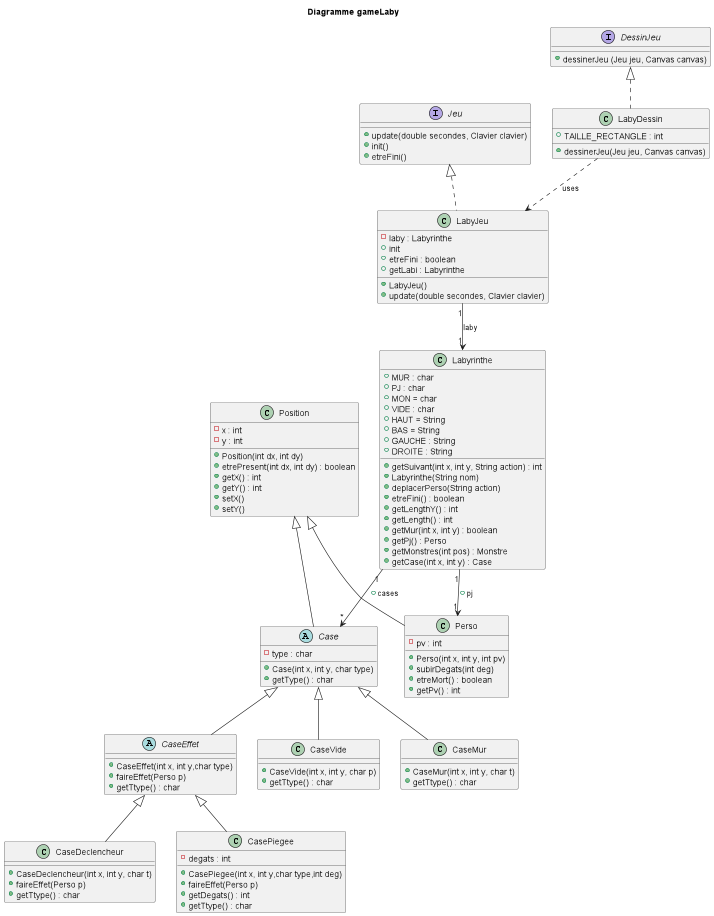
The PlantUML diagram documents/version_4/Apres/diag_classe.png in Cedran-Bastien/2022_Zeldiablo_Retter_Perez_Hergott_Bastien, before a commit. Its diagram source:
```plantuml
@startuml

title Diagramme gameLaby

interface Jeu {
    +update(double secondes, Clavier clavier)
    +init()
    +etreFini()
    }

interface DessinJeu {
    +dessinerJeu (Jeu jeu, Canvas canvas)
    }



class LabyDessin{
    +TAILLE_RECTANGLE : int
    +dessinerJeu(Jeu jeu, Canvas canvas)
}

class LabyJeu{
    -laby : Labyrinthe
    +LabyJeu()
    +update(double secondes, Clavier clavier)
    +init
    +etreFini : boolean
    +getLabi : Labyrinthe
    }

class Position{
    -x : int
    -y : int
    +Position(int dx, int dy)
    +etrePresent(int dx, int dy) : boolean
    +getX() : int
    +getY() : int
    +setX()
    +setY()
    }

abstract Case {
    - type : char
    +Case(int x, int y, char type)
    +getType() : char

    }

abstract CaseEffet {
    +CaseEffet(int x, int y,char type)
    +faireEffet(Perso p)
    +getTtype() : char

}

class Perso {
    -pv : int
    +Perso(int x, int y, int pv)
    +subirDegats(int deg)
    +etreMort() : boolean
    +getPv() : int
}


class Labyrinthe{
    +MUR : char
    +PJ : char
    +MON = char
    +VIDE : char
    +HAUT = String
    +BAS = String
    +GAUCHE : String
    +DROITE : String
    +getSuivant(int x, int y, String action) : int
    +Labyrinthe(String nom)
    +deplacerPerso(String action)
    +etreFini() : boolean
     +getLengthY() : int
     +getLength() : int
     +getMur(int x, int y) : boolean
     +getPj() : Perso
     +getMonstres(int pos) : Monstre
     +getCase(int x, int y) : Case


    }

class CaseVide {
    +CaseVide(int x, int y, char p)
    +getTtype() : char
}

class CaseMur {
    +CaseMur(int x, int y, char t)
    +getTtype() : char
}

class CaseDeclencheur {
    +CaseDeclencheur(int x, int y, char t)
    +faireEffet(Perso p)
    +getTtype() : char

}

class CasePiegee {
    -degats : int
    +CasePiegee(int x, int y,char type,int deg)
    +faireEffet(Perso p)
    +getDegats() : int
    +getTtype() : char

}


DessinJeu <|.. LabyDessin
Jeu <|.. LabyJeu
Position <|-- Perso
Position <|-- Case
Case <|-- CaseEffet
Labyrinthe "1" --> "1" Perso : +pj
Labyrinthe "1" --> "*" Case : +cases
LabyDessin ..> LabyJeu : uses
LabyJeu "1" --> "1" Labyrinthe : laby
Case <|-- CaseVide
Case <|-- CaseMur
CaseEffet <|-- CaseDeclencheur
CaseEffet <|-- CasePiegee



@enduml
```
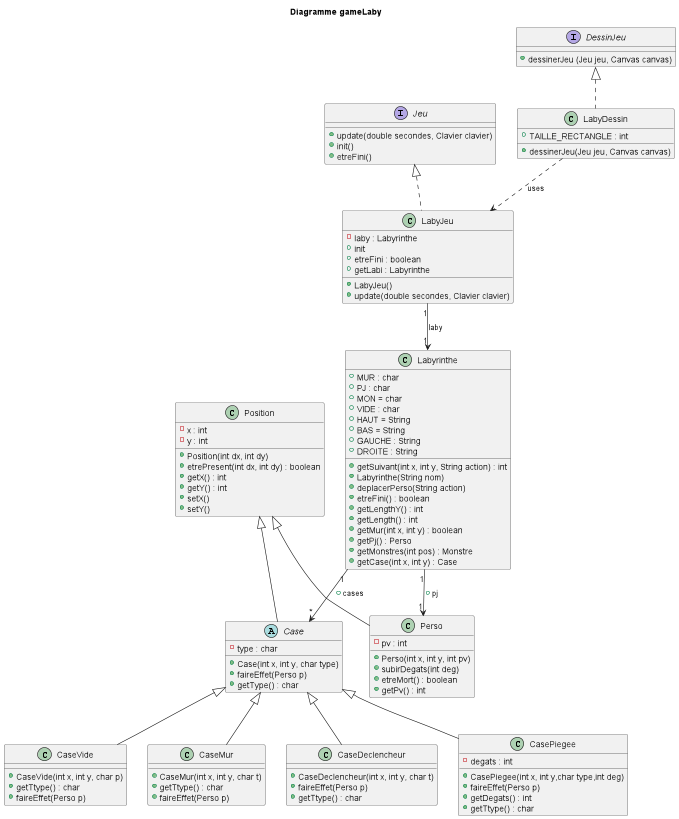
Later version of the same file.

Commit message:
diag classe + seq gestion des niveaux

Diff of the diagram source:
```diff
@@ -42,16 +42,11 @@
 abstract Case {
     - type : char
     +Case(int x, int y, char type)
+    +faireEffet(Perso p)
     +getType() : char
 
     }
 
-abstract CaseEffet {
-    +CaseEffet(int x, int y,char type)
-    +faireEffet(Perso p)
-    +getTtype() : char
-
-}
 
 class Perso {
     -pv : int
@@ -88,11 +83,13 @@
 class CaseVide {
     +CaseVide(int x, int y, char p)
     +getTtype() : char
+    +faireEffet(Perso p)
 }
 
 class CaseMur {
     +CaseMur(int x, int y, char t)
     +getTtype() : char
+    +faireEffet(Perso p)
 }
 
 class CaseDeclencheur {
@@ -116,16 +113,14 @@
 Jeu <|.. LabyJeu
 Position <|-- Perso
 Position <|-- Case
-Case <|-- CaseEffet
 Labyrinthe "1" --> "1" Perso : +pj
 Labyrinthe "1" --> "*" Case : +cases
 LabyDessin ..> LabyJeu : uses
 LabyJeu "1" --> "1" Labyrinthe : laby
 Case <|-- CaseVide
 Case <|-- CaseMur
-CaseEffet <|-- CaseDeclencheur
-CaseEffet <|-- CasePiegee
-
+Case <|-- CasePiegee
+Case <|-- CaseDeclencheur
 
 
 @enduml
```
